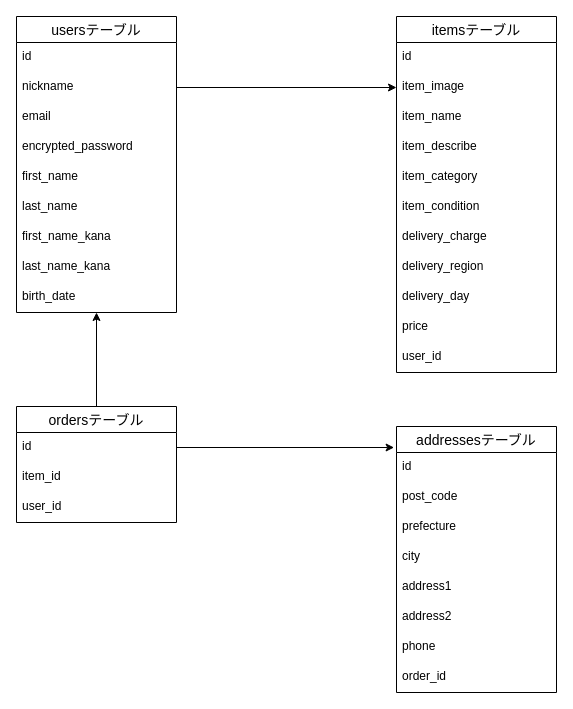
ykkkkk0215/furima-40824 keeps this draw.io diagram as ER.dio. Above is the earlier version. Source tidied: cells renumbered, new cells numbered last; positions are measured from the earlier drawing's top-left corner, leaving out a move shared by most shapes. Both pictures are drawn from the tidied source at 100%, with x=0, y=0 at pixel (16, 16).
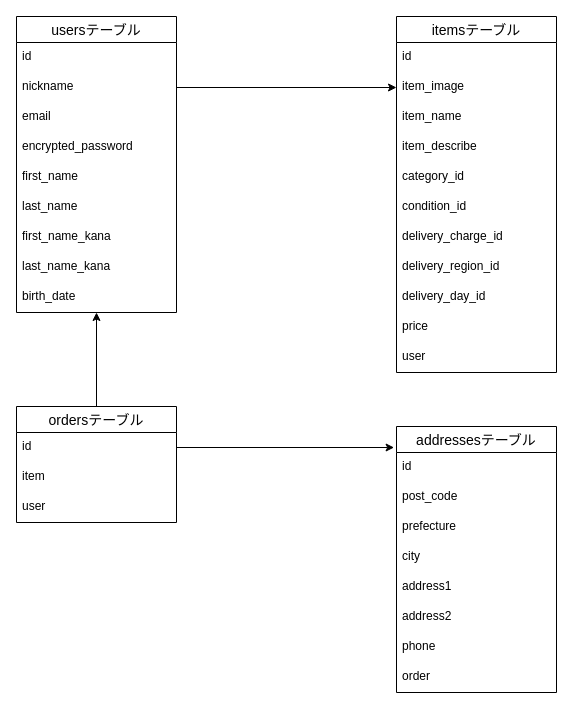
After the change.

The change refers to these unchanged cells:
```xml
<mxCell id="12" value="itemsテーブル" style="swimlane;fontStyle=0;horizontal=1;startSize=26;align=center;fontSize=14;shadow=0;" parent="1" vertex="1">
  <mxGeometry x="380" width="160" height="356" as="geometry" />
</mxCell>
<mxCell id="25" value="ordersテーブル" style="swimlane;fontStyle=0;horizontal=1;startSize=26;align=center;fontSize=14;shadow=0;" parent="1" vertex="1">
  <mxGeometry y="390" width="160" height="116" as="geometry" />
</mxCell>
<mxCell id="29" value="addressesテーブル" style="swimlane;fontStyle=0;horizontal=1;startSize=26;align=center;fontSize=14;shadow=0;" parent="1" vertex="1">
  <mxGeometry x="380" y="410" width="160" height="266" as="geometry" />
</mxCell>
```

Diff of the diagram source:
```diff
@@
-    <mxCell id="17" value="item_category" style="text;strokeColor=none;fillColor=none;spacingLeft=4;spacingRight=4;overflow=hidden;fontSize=12;shadow=0;" parent="12" vertex="1">
+    <mxCell id="17" value="category_id" style="text;strokeColor=none;fillColor=none;spacingLeft=4;spacingRight=4;overflow=hidden;fontSize=12;shadow=0;" parent="12" vertex="1">
       <mxGeometry y="146" width="160" height="30" as="geometry" />
     </mxCell>
-    <mxCell id="18" value="item_condition" style="text;strokeColor=none;fillColor=none;spacingLeft=4;spacingRight=4;overflow=hidden;fontSize=12;shadow=0;" parent="12" vertex="1">
+    <mxCell id="18" value="condition_id" style="text;strokeColor=none;fillColor=none;spacingLeft=4;spacingRight=4;overflow=hidden;fontSize=12;shadow=0;" parent="12" vertex="1">
       <mxGeometry y="176" width="160" height="30" as="geometry" />
     </mxCell>
-    <mxCell id="19" value="delivery_charge" style="text;strokeColor=none;fillColor=none;spacingLeft=4;spacingRight=4;overflow=hidden;fontSize=12;shadow=0;" parent="12" vertex="1">
+    <mxCell id="19" value="delivery_charge_id" style="text;strokeColor=none;fillColor=none;spacingLeft=4;spacingRight=4;overflow=hidden;fontSize=12;shadow=0;" parent="12" vertex="1">
       <mxGeometry y="206" width="160" height="30" as="geometry" />
     </mxCell>
-    <mxCell id="20" value="delivery_region" style="text;strokeColor=none;fillColor=none;spacingLeft=4;spacingRight=4;overflow=hidden;fontSize=12;shadow=0;" parent="12" vertex="1">
+    <mxCell id="20" value="delivery_region_id" style="text;strokeColor=none;fillColor=none;spacingLeft=4;spacingRight=4;overflow=hidden;fontSize=12;shadow=0;" parent="12" vertex="1">
       <mxGeometry y="236" width="160" height="30" as="geometry" />
     </mxCell>
-    <mxCell id="21" value="delivery_day" style="text;strokeColor=none;fillColor=none;spacingLeft=4;spacingRight=4;overflow=hidden;fontSize=12;shadow=0;" parent="12" vertex="1">
+    <mxCell id="21" value="delivery_day_id" style="text;strokeColor=none;fillColor=none;spacingLeft=4;spacingRight=4;overflow=hidden;fontSize=12;shadow=0;" parent="12" vertex="1">
       <mxGeometry y="266" width="160" height="30" as="geometry" />
     </mxCell>
@@
-    <mxCell id="23" value="user_id" style="text;strokeColor=none;fillColor=none;spacingLeft=4;spacingRight=4;overflow=hidden;fontSize=12;shadow=0;" parent="12" vertex="1">
+    <mxCell id="23" value="user" style="text;strokeColor=none;fillColor=none;spacingLeft=4;spacingRight=4;overflow=hidden;fontSize=12;shadow=0;" parent="12" vertex="1">
       <mxGeometry y="326" width="160" height="30" as="geometry" />
     </mxCell>
@@
-    <mxCell id="27" value="item_id" style="text;strokeColor=none;fillColor=none;spacingLeft=4;spacingRight=4;overflow=hidden;fontSize=12;shadow=0;" parent="25" vertex="1">
+    <mxCell id="27" value="item" style="text;strokeColor=none;fillColor=none;spacingLeft=4;spacingRight=4;overflow=hidden;fontSize=12;shadow=0;" parent="25" vertex="1">
       <mxGeometry y="56" width="160" height="30" as="geometry" />
     </mxCell>
-    <mxCell id="28" value="user_id" style="text;strokeColor=none;fillColor=none;spacingLeft=4;spacingRight=4;overflow=hidden;fontSize=12;shadow=0;" parent="25" vertex="1">
+    <mxCell id="28" value="user" style="text;strokeColor=none;fillColor=none;spacingLeft=4;spacingRight=4;overflow=hidden;fontSize=12;shadow=0;" parent="25" vertex="1">
       <mxGeometry y="86" width="160" height="30" as="geometry" />
     </mxCell>
@@
-    <mxCell id="37" value="order_id" style="text;strokeColor=none;fillColor=none;spacingLeft=4;spacingRight=4;overflow=hidden;fontSize=12;shadow=0;" parent="29" vertex="1">
+    <mxCell id="37" value="order" style="text;strokeColor=none;fillColor=none;spacingLeft=4;spacingRight=4;overflow=hidden;fontSize=12;shadow=0;" parent="29" vertex="1">
       <mxGeometry y="236" width="160" height="30" as="geometry" />
     </mxCell>
```
